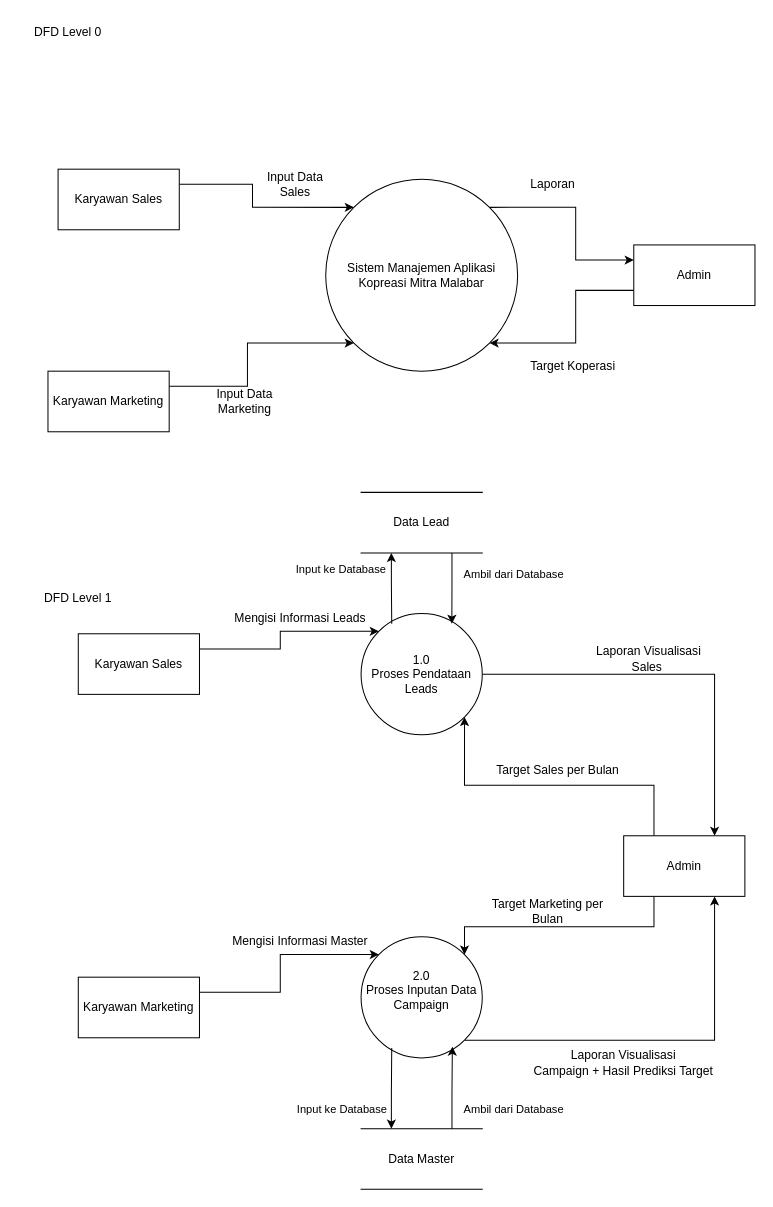
NararyaPutra/Dokumentasi_Project-Koperasi-Mitra-Malabar keeps this draw.io diagram as DFD_Koperasi Mitra Malabar.drawio.xml. Above is the earlier version. Source tidied: cells renumbered, new cells numbered last; positions are measured from the earlier drawing's top-left corner, leaving out a move shared by most shapes. Both pictures are drawn from the tidied source at 101%, with x=0, y=0 at pixel (17, 17).
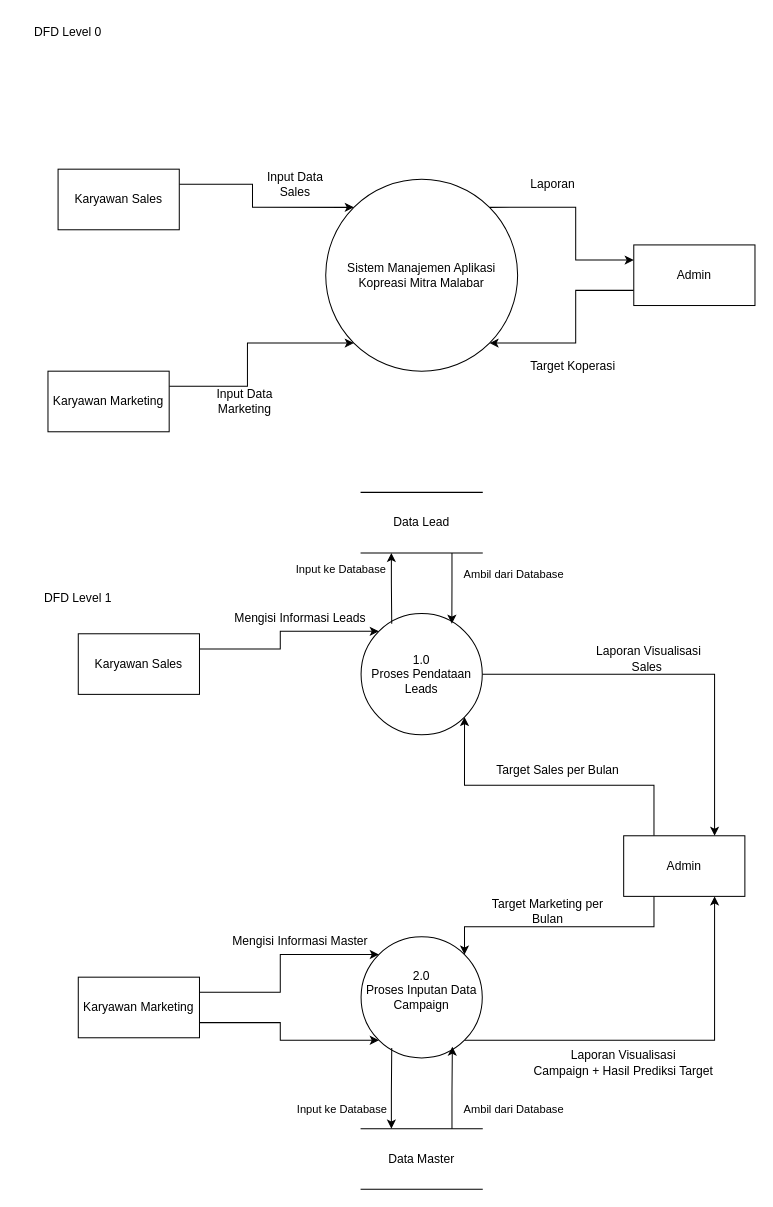
The same page after the edit.

The change refers to these unchanged cells:
```xml
<mxCell id="13" value="Karyawan Marketing" style="rounded=0;whiteSpace=wrap;html=1;" parent="1" vertex="1">
  <mxGeometry x="60" y="950" width="120" height="60" as="geometry" />
</mxCell>
<mxCell id="17" value="2.0&lt;div&gt;Proses Inputan Data Campaign&lt;/div&gt;&lt;div&gt;&lt;br&gt;&lt;/div&gt;" style="ellipse;whiteSpace=wrap;html=1;" parent="1" vertex="1">
  <mxGeometry x="340" y="910" width="120" height="120" as="geometry" />
</mxCell>
```

The edit, as a diff of the source:
```diff
@@
+    <mxCell id="43" style="edgeStyle=orthogonalEdgeStyle;rounded=0;jettySize=auto;html=1;exitX=1;exitY=0.75;exitDx=0;exitDy=0;entryX=0;entryY=1;entryDx=0;entryDy=0;" parent="1" edge="1" source="13" target="17">
+      <mxGeometry relative="1" as="geometry" />
+    </mxCell>
```
